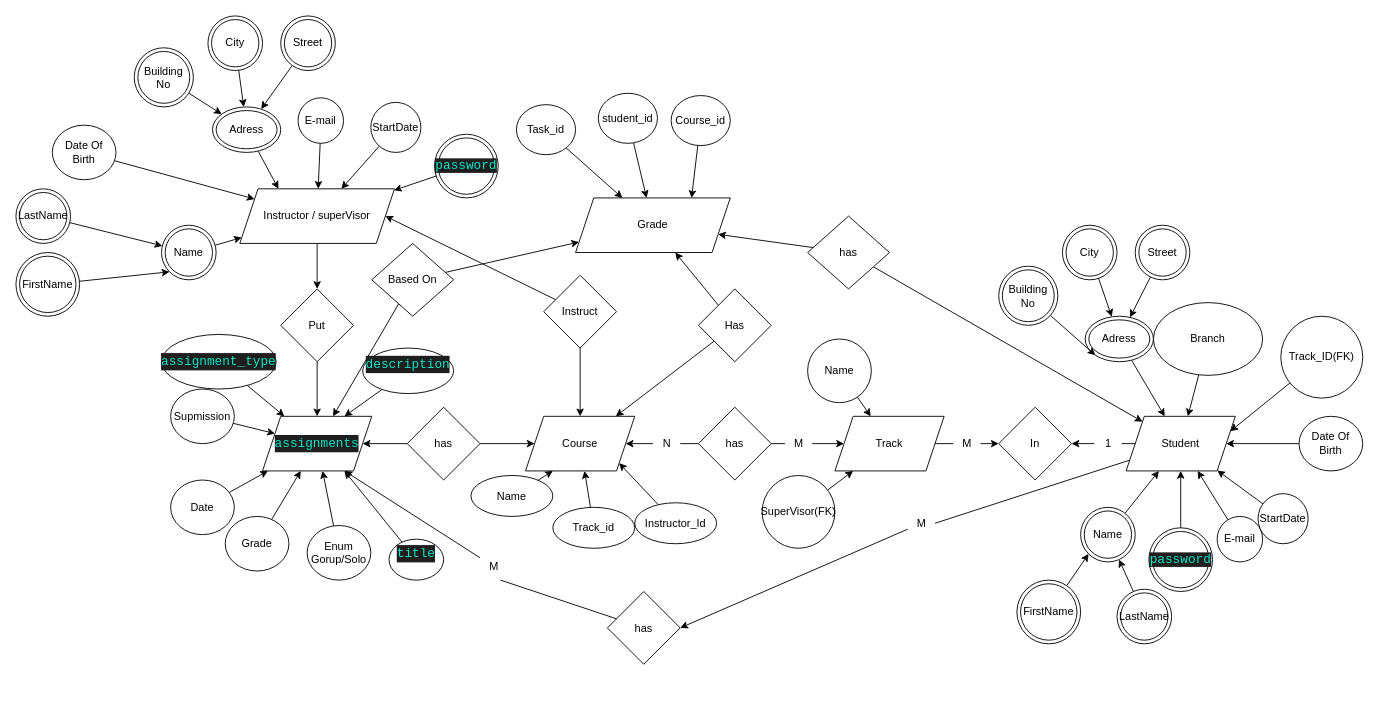
Above: Erd.drawio in PaulaMagdi0/Task-And-Project-Management-System (draw.io), before the change. Source tidied: cells renumbered, new cells numbered last; positions are measured from the earlier drawing's top-left corner, leaving out a move shared by most shapes. Both pictures are drawn from the tidied source at 91%, with x=0, y=0 at pixel (15, 15).
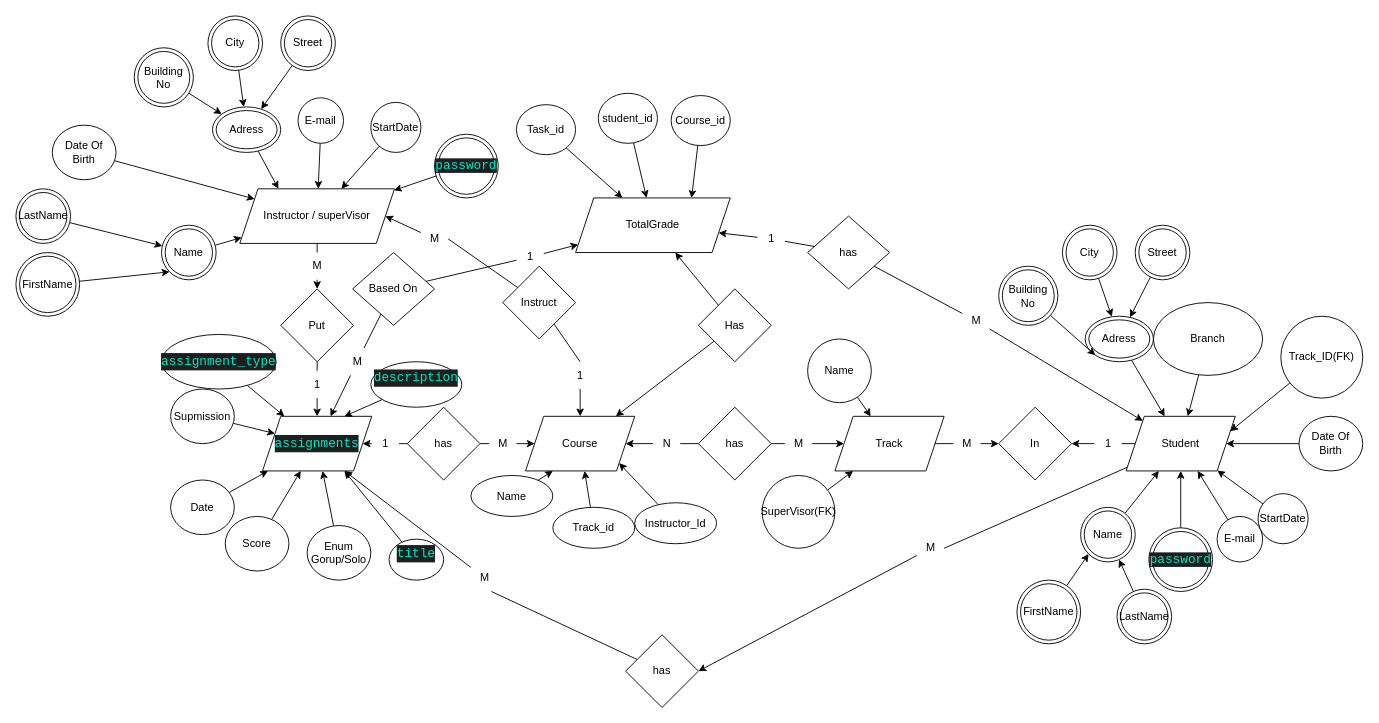
After the change.

Unchanged cells that the change refers to:
```xml
<mxCell id="4" value="Student" style="shape=parallelogram;perimeter=parallelogramPerimeter;whiteSpace=wrap;html=1;fixedSize=1;" parent="1" vertex="1">
  <mxGeometry x="1220" y="440" width="120" height="60" as="geometry" />
</mxCell>
<mxCell id="6" value="Instructor / superVisor" style="shape=parallelogram;perimeter=parallelogramPerimeter;whiteSpace=wrap;html=1;fixedSize=1;" parent="1" vertex="1">
  <mxGeometry x="246" y="190" width="170" height="60" as="geometry" />
</mxCell>
<mxCell id="7" value="&lt;div style=&quot;color: rgb(187, 187, 187); background-color: rgb(30, 30, 30); font-family: Consolas, &amp;quot;Courier New&amp;quot;, monospace; font-size: 14px; line-height: 19px;&quot;&gt;&lt;span style=&quot;color: #00e8c6;&quot;&gt;assignments&lt;/span&gt;&lt;/div&gt;" style="shape=parallelogram;perimeter=parallelogramPerimeter;whiteSpace=wrap;html=1;fixedSize=1;" parent="1" vertex="1">
  <mxGeometry x="271" y="440" width="120" height="60" as="geometry" />
</mxCell>
<mxCell id="10" value="Put" style="rhombus;whiteSpace=wrap;html=1;" parent="1" vertex="1">
  <mxGeometry x="291" y="300" width="80" height="80" as="geometry" />
</mxCell>
<mxCell id="50" value="Course" style="shape=parallelogram;perimeter=parallelogramPerimeter;whiteSpace=wrap;html=1;fixedSize=1;" parent="1" vertex="1">
  <mxGeometry x="560" y="440" width="120" height="60" as="geometry" />
</mxCell>
<mxCell id="55" value="has" style="rhombus;whiteSpace=wrap;html=1;" parent="1" vertex="1">
  <mxGeometry x="430" y="430" width="80" height="80" as="geometry" />
</mxCell>
<mxCell id="61" value="has" style="rhombus;whiteSpace=wrap;html=1;" parent="1" vertex="1">
  <mxGeometry x="870" y="220" width="90" height="80" as="geometry" />
</mxCell>
```

What changed in the source:
```diff
@@
-    <mxCell id="5" style="edgeStyle=none;html=1;" parent="1" edge="1" source="6" target="10">
+    <mxCell id="5" style="edgeStyle=none;html=1;startArrow=none;" parent="1" edge="1" source="130" target="10">
       <mxGeometry relative="1" as="geometry" />
     </mxCell>
@@
-    <mxCell id="9" style="edgeStyle=none;html=1;" parent="1" edge="1" source="10" target="7">
+    <mxCell id="9" style="edgeStyle=none;html=1;startArrow=none;" parent="1" edge="1" source="132" target="7">
       <mxGeometry relative="1" as="geometry" />
     </mxCell>
@@
-    <mxCell id="14" value="Grade" style="ellipse;whiteSpace=wrap;html=1;" parent="1" vertex="1">
+    <mxCell id="14" value="Score" style="ellipse;whiteSpace=wrap;html=1;" parent="1" vertex="1">
       <mxGeometry x="230" y="550" width="70" height="60" as="geometry" />
     </mxCell>
@@
-    <mxCell id="53" style="edgeStyle=none;html=1;" parent="1" edge="1" source="55" target="7">
+    <mxCell id="53" style="edgeStyle=none;html=1;startArrow=none;" parent="1" edge="1" source="128" target="7">
       <mxGeometry relative="1" as="geometry" />
     </mxCell>
-    <mxCell id="54" style="edgeStyle=none;html=1;" parent="1" edge="1" source="55" target="50">
+    <mxCell id="54" style="edgeStyle=none;html=1;startArrow=none;" parent="1" edge="1" source="126" target="50">
       <mxGeometry relative="1" as="geometry" />
     </mxCell>
@@
     <mxCell id="57" value="has" style="rhombus;whiteSpace=wrap;html=1;" parent="1" vertex="1">
-      <mxGeometry x="650" y="632.5" width="80" height="80" as="geometry" />
+      <mxGeometry x="670" y="680" width="80" height="80" as="geometry" />
     </mxCell>
-    <mxCell id="58" value="Grade" style="shape=parallelogram;perimeter=parallelogramPerimeter;whiteSpace=wrap;html=1;fixedSize=1;" parent="1" vertex="1">
+    <mxCell id="58" value="TotalGrade" style="shape=parallelogram;perimeter=parallelogramPerimeter;whiteSpace=wrap;html=1;fixedSize=1;" parent="1" vertex="1">
       <mxGeometry x="615" y="200" width="170" height="60" as="geometry" />
     </mxCell>
-    <mxCell id="59" style="edgeStyle=none;html=1;" parent="1" edge="1" source="61" target="4">
+    <mxCell id="59" style="edgeStyle=none;html=1;startArrow=none;" parent="1" edge="1" source="140" target="4">
       <mxGeometry relative="1" as="geometry" />
     </mxCell>
-    <mxCell id="60" style="edgeStyle=none;html=1;" parent="1" edge="1" source="61" target="58">
+    <mxCell id="60" style="edgeStyle=none;html=1;startArrow=none;" parent="1" edge="1" source="138" target="58">
       <mxGeometry relative="1" as="geometry" />
     </mxCell>
@@
-    <mxCell id="62" style="edgeStyle=none;html=1;" parent="1" edge="1" source="64" target="58">
+    <mxCell id="62" style="edgeStyle=none;html=1;startArrow=none;" parent="1" edge="1" source="144" target="58">
       <mxGeometry relative="1" as="geometry" />
     </mxCell>
-    <mxCell id="63" style="edgeStyle=none;html=1;" parent="1" edge="1" source="64" target="7">
+    <mxCell id="63" style="edgeStyle=none;html=1;startArrow=none;" parent="1" edge="1" source="142" target="7">
       <mxGeometry relative="1" as="geometry" />
     </mxCell>
     <mxCell id="64" value="Based On" style="rhombus;whiteSpace=wrap;html=1;" parent="1" vertex="1">
-      <mxGeometry x="391" y="250" width="90" height="80" as="geometry" />
+      <mxGeometry x="370" y="260" width="90" height="80" as="geometry" />
     </mxCell>
@@
     <mxCell id="98" value="&#10;&lt;div style=&quot;color: rgb(187, 187, 187); background-color: rgb(30, 30, 30); font-family: Consolas, &amp;quot;Courier New&amp;quot;, monospace; font-weight: normal; font-size: 14px; line-height: 19px;&quot;&gt;&lt;div&gt;&lt;span style=&quot;color: #00e8c6;&quot;&gt;description&lt;/span&gt;&lt;/div&gt;&lt;/div&gt;&#10;&#10;" style="ellipse;whiteSpace=wrap;html=1;" parent="1" vertex="1">
-      <mxGeometry x="381" y="365" width="100" height="50" as="geometry" />
+      <mxGeometry x="390" y="380" width="100" height="50" as="geometry" />
     </mxCell>
@@
-    <mxCell id="105" style="edgeStyle=none;html=1;entryX=1;entryY=0.5;entryDx=0;entryDy=0;" parent="1" edge="1" source="107" target="6">
+    <mxCell id="105" style="edgeStyle=none;html=1;entryX=1;entryY=0.5;entryDx=0;entryDy=0;startArrow=none;" parent="1" edge="1" source="136" target="6">
       <mxGeometry relative="1" as="geometry" />
     </mxCell>
-    <mxCell id="106" style="edgeStyle=none;html=1;entryX=0.5;entryY=0;entryDx=0;entryDy=0;" parent="1" edge="1" source="107" target="50">
+    <mxCell id="106" style="edgeStyle=none;html=1;entryX=0.5;entryY=0;entryDx=0;entryDy=0;startArrow=none;" parent="1" edge="1" source="134" target="50">
       <mxGeometry relative="1" as="geometry" />
     </mxCell>
     <mxCell id="107" value="Instruct" style="rhombus;whiteSpace=wrap;html=1;" parent="1" vertex="1">
-      <mxGeometry x="580" y="285" width="80" height="80" as="geometry" />
+      <mxGeometry x="535" y="275" width="80" height="80" as="geometry" />
     </mxCell>
@@
     <mxCell id="114" value="M" style="text;html=1;align=center;verticalAlign=middle;points=[];strokeColor=none;fillColor=none;" parent="1" vertex="1">
-      <mxGeometry x="980" y="542.5" width="30" height="30" as="geometry" />
+      <mxGeometry x="990" y="570" width="30" height="30" as="geometry" />
     </mxCell>
@@
     <mxCell id="116" value="M" style="text;html=1;align=center;verticalAlign=middle;points=[];strokeColor=none;fillColor=none;" parent="1" vertex="1">
-      <mxGeometry x="510" y="590" width="30" height="30" as="geometry" />
+      <mxGeometry x="500" y="602.5" width="30" height="30" as="geometry" />
     </mxCell>
@@
+    <mxCell id="125" style="edgeStyle=none;html=1;endArrow=none;" parent="1" edge="1" source="55" target="126">
+      <mxGeometry relative="1" as="geometry" />
+    </mxCell>
+    <mxCell id="126" value="M" style="text;html=1;align=center;verticalAlign=middle;points=[];strokeColor=none;fillColor=none;" parent="1" vertex="1">
+      <mxGeometry x="520" y="455" width="30" height="30" as="geometry" />
+    </mxCell>
+    <mxCell id="127" style="edgeStyle=none;html=1;endArrow=none;" parent="1" edge="1" source="55" target="128">
+      <mxGeometry relative="1" as="geometry" />
+    </mxCell>
+    <mxCell id="128" value="1" style="text;html=1;align=center;verticalAlign=middle;points=[];strokeColor=none;fillColor=none;" parent="1" vertex="1">
+      <mxGeometry x="391" y="455" width="30" height="30" as="geometry" />
+    </mxCell>
+    <mxCell id="129" style="edgeStyle=none;html=1;endArrow=none;" parent="1" edge="1" source="6" target="130">
+      <mxGeometry relative="1" as="geometry" />
+    </mxCell>
+    <mxCell id="130" value="M" style="text;html=1;align=center;verticalAlign=middle;points=[];strokeColor=none;fillColor=none;" parent="1" vertex="1">
+      <mxGeometry x="316" y="260" width="30" height="30" as="geometry" />
+    </mxCell>
+    <mxCell id="131" style="edgeStyle=none;html=1;endArrow=none;" parent="1" edge="1" source="10" target="132">
+      <mxGeometry relative="1" as="geometry" />
+    </mxCell>
+    <mxCell id="132" value="1" style="text;html=1;align=center;verticalAlign=middle;points=[];strokeColor=none;fillColor=none;" parent="1" vertex="1">
+      <mxGeometry x="316" y="390" width="30" height="30" as="geometry" />
+    </mxCell>
+    <mxCell id="133" style="edgeStyle=none;html=1;entryX=0.5;entryY=0;entryDx=0;entryDy=0;endArrow=none;" parent="1" edge="1" source="107" target="134">
+      <mxGeometry relative="1" as="geometry" />
+    </mxCell>
+    <mxCell id="134" value="1" style="text;html=1;align=center;verticalAlign=middle;points=[];strokeColor=none;fillColor=none;" parent="1" vertex="1">
+      <mxGeometry x="605" y="380" width="30" height="30" as="geometry" />
+    </mxCell>
+    <mxCell id="135" style="edgeStyle=none;html=1;entryX=1;entryY=0.5;entryDx=0;entryDy=0;endArrow=none;" parent="1" edge="1" source="107" target="136">
+      <mxGeometry relative="1" as="geometry" />
+    </mxCell>
+    <mxCell id="136" value="M" style="text;html=1;align=center;verticalAlign=middle;points=[];strokeColor=none;fillColor=none;" parent="1" vertex="1">
+      <mxGeometry x="445" y="230" width="30" height="30" as="geometry" />
+    </mxCell>
+    <mxCell id="137" style="edgeStyle=none;html=1;endArrow=none;" parent="1" edge="1" source="61" target="138">
+      <mxGeometry relative="1" as="geometry" />
+    </mxCell>
+    <mxCell id="138" value="1" style="text;html=1;align=center;verticalAlign=middle;points=[];strokeColor=none;fillColor=none;" parent="1" vertex="1">
+      <mxGeometry x="815" y="230" width="30" height="30" as="geometry" />
+    </mxCell>
+    <mxCell id="139" style="edgeStyle=none;html=1;endArrow=none;" parent="1" edge="1" source="61" target="140">
+      <mxGeometry relative="1" as="geometry" />
+    </mxCell>
+    <mxCell id="140" value="M" style="text;html=1;align=center;verticalAlign=middle;points=[];strokeColor=none;fillColor=none;" parent="1" vertex="1">
+      <mxGeometry x="1040" y="320" width="30" height="30" as="geometry" />
+    </mxCell>
+    <mxCell id="141" style="edgeStyle=none;html=1;endArrow=none;" parent="1" edge="1" source="64" target="142">
+      <mxGeometry relative="1" as="geometry" />
+    </mxCell>
+    <mxCell id="142" value="M" style="text;html=1;align=center;verticalAlign=middle;points=[];strokeColor=none;fillColor=none;" parent="1" vertex="1">
+      <mxGeometry x="360" y="365" width="30" height="30" as="geometry" />
+    </mxCell>
+    <mxCell id="143" style="edgeStyle=none;html=1;endArrow=none;" parent="1" edge="1" source="64" target="144">
+      <mxGeometry relative="1" as="geometry" />
+    </mxCell>
+    <mxCell id="144" value="1" style="text;html=1;align=center;verticalAlign=middle;points=[];strokeColor=none;fillColor=none;" parent="1" vertex="1">
+      <mxGeometry x="550" y="250" width="30" height="30" as="geometry" />
+    </mxCell>
```
